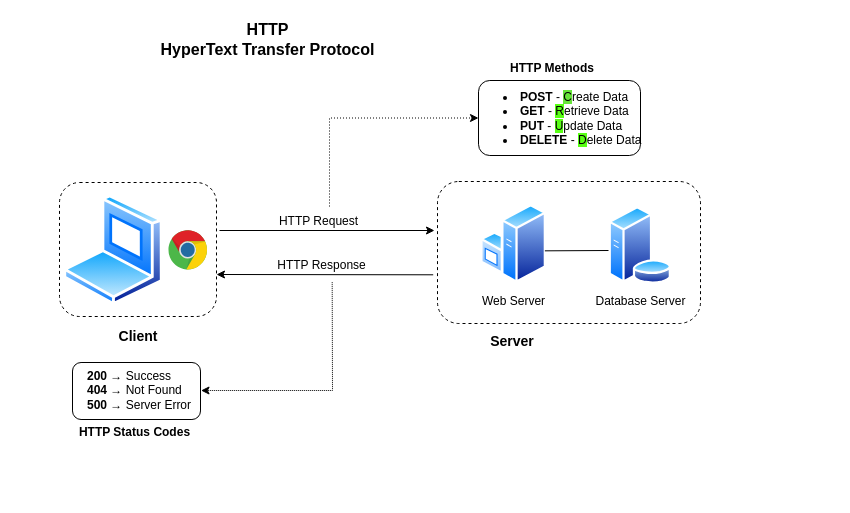
Before: page "HTTP" (5 of 10) of JS Client Server.drawio in phyowaihtoon/JavaScriptCourse-Batch1, a draw.io diagram. Source tidied: cells renumbered, new cells numbered last; positions are measured from the earlier drawing's top-left corner, leaving out a move shared by most shapes. Both pictures are drawn from the tidied source at 100%, with x=0, y=0 at pixel (59, 21).
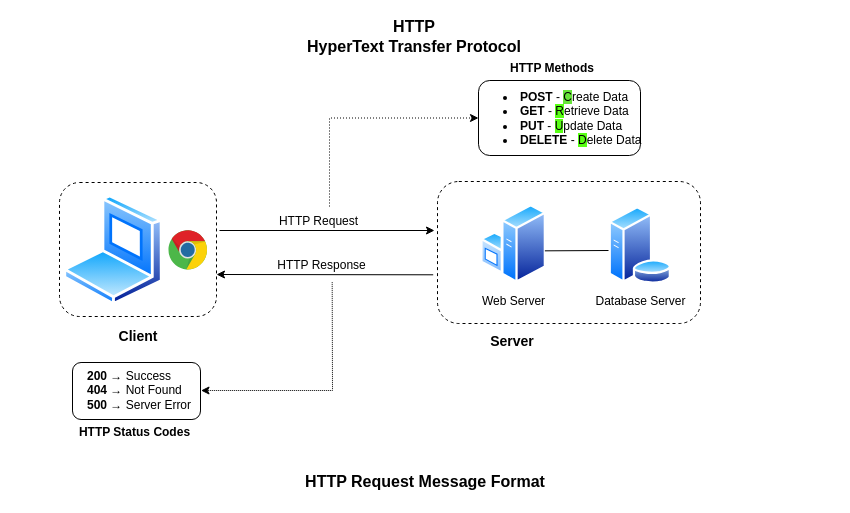
The same page after the edit.

Change to the diagram source:
```diff
@@
     <mxCell id="4" value="&lt;font&gt;&lt;b&gt;&lt;span&gt;HTTP&lt;/span&gt;&lt;/b&gt;&lt;/font&gt;&lt;div&gt;&lt;b&gt;&lt;span&gt;HyperText Transfer Protocol&lt;/span&gt;&lt;/b&gt;&lt;/div&gt;" style="text;html=1;whiteSpace=wrap;strokeColor=none;fillColor=none;align=center;verticalAlign=middle;rounded=0;fontStyle=0;fontSize=16;" parent="1" vertex="1">
-      <mxGeometry x="49" width="319" height="36" as="geometry" />
+      <mxGeometry x="-42" y="-3" width="794" height="36" as="geometry" />
     </mxCell>
@@
+    <mxCell id="25" value="HTTP Request Message Format" style="text;html=1;whiteSpace=wrap;strokeColor=none;fillColor=none;align=center;verticalAlign=middle;rounded=0;fontStyle=1;fontSize=16;" parent="1" vertex="1">
+      <mxGeometry x="-42" y="445" width="816" height="30" as="geometry" />
+    </mxCell>
```
